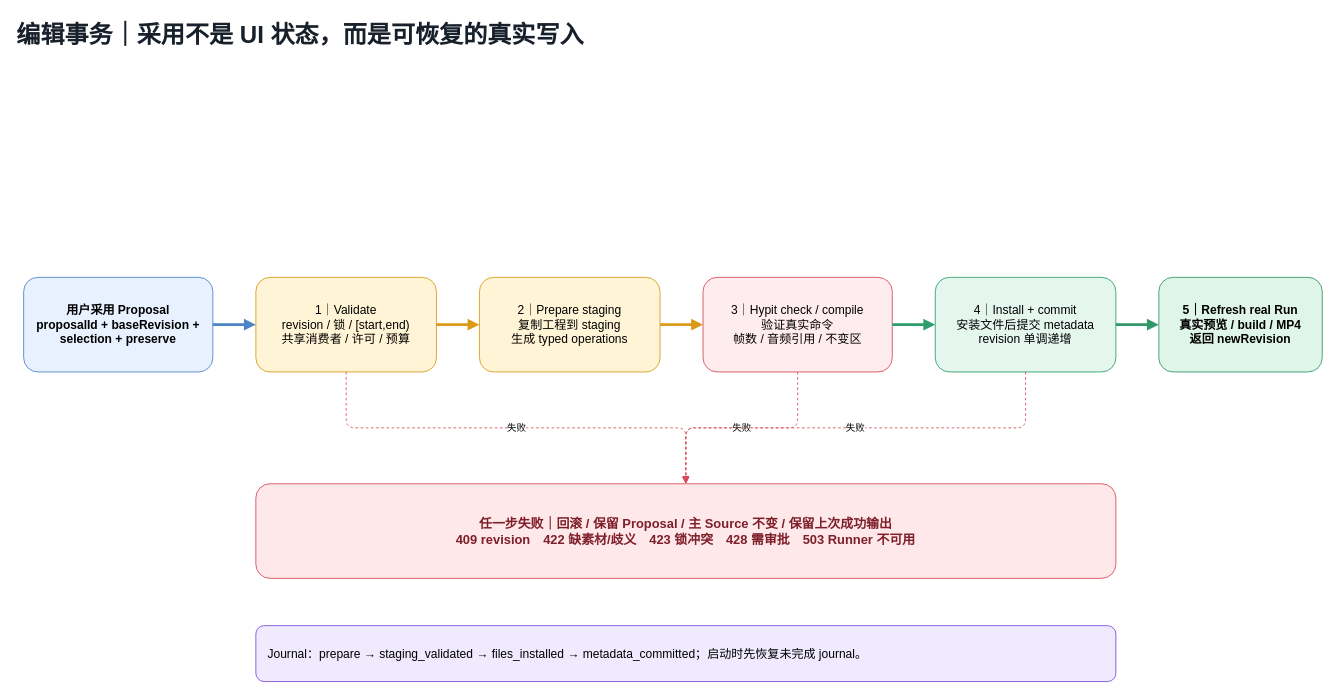
ljx418/Narralens keeps this draw.io diagram as page "04_编辑事务" (4 of 7) of docs/Narralens-V1-Development-GAP.drawio. Above is the earlier version. Source tidied: cells renumbered, new cells numbered last; positions are measured from the earlier drawing's top-left corner, leaving out a move shared by most shapes. Both pictures are drawn from the tidied source at 86%, with x=0, y=0 at pixel (15, 15).
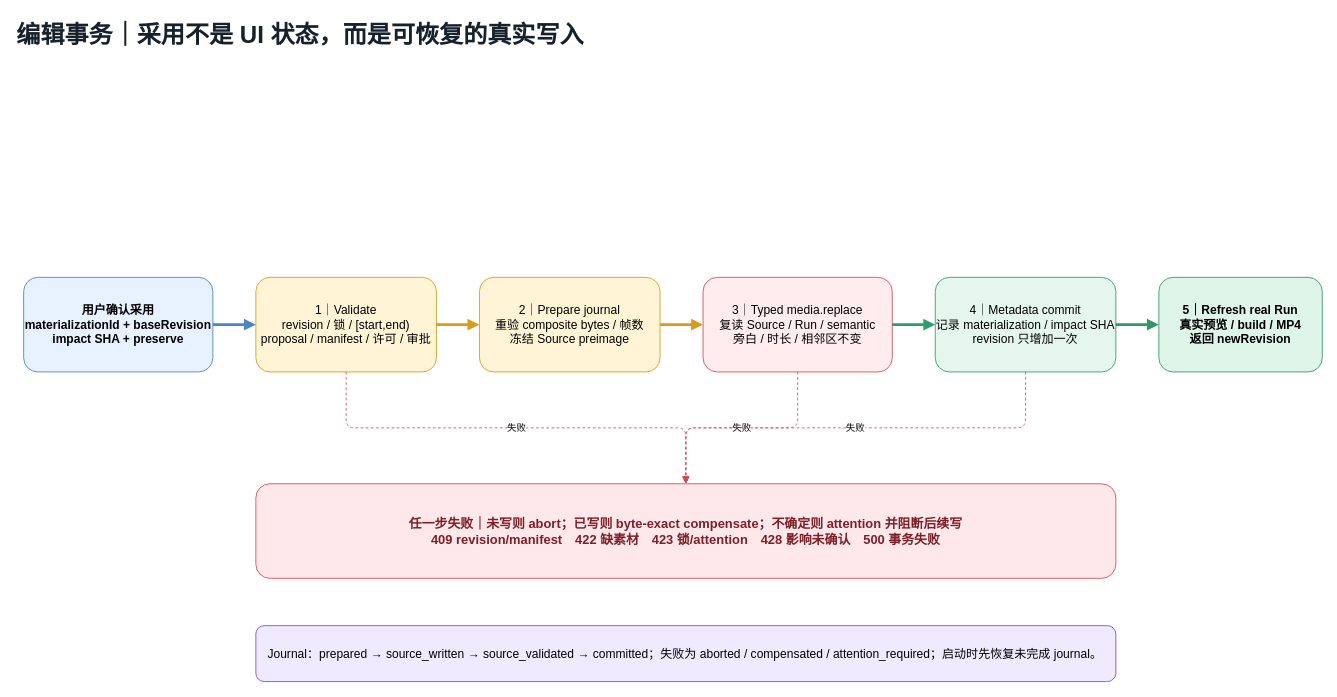
The same diagram, later.

What changed in the source:
```diff
@@
 <mxGraphModel>
   <root>
     <mxCell id="0" />
     <mxCell id="1" parent="0" />
     <mxCell id="2" value="编辑事务｜采用不是 UI 状态，而是可恢复的真实写入" style="text;html=1;fontSize=28;fontStyle=1;fontColor=#17202B;" parent="1" vertex="1">
       <mxGeometry width="1100" height="50" as="geometry" />
     </mxCell>
-    <mxCell id="3" value="用户采用 Proposal&lt;br&gt;proposalId + baseRevision + selection + preserve" style="rounded=1;whiteSpace=wrap;html=1;fillColor=#E8F1FF;strokeColor=#4C84C6;fontSize=14;fontStyle=1;" parent="1" vertex="1">
+    <mxCell id="3" value="用户确认采用&lt;br&gt;materializationId + baseRevision&lt;br&gt;impact SHA + preserve" style="rounded=1;whiteSpace=wrap;html=1;fillColor=#E8F1FF;strokeColor=#4C84C6;fontSize=14;fontStyle=1;" parent="1" vertex="1">
       <mxGeometry x="10" y="305" width="220" height="110" as="geometry" />
     </mxCell>
-    <mxCell id="4" value="1｜Validate&lt;br&gt;revision / 锁 / [start,end)&lt;br&gt;共享消费者 / 许可 / 预算" style="rounded=1;whiteSpace=wrap;html=1;fillColor=#FFF4D6;strokeColor=#D99B18;fontSize=14;" parent="1" vertex="1">
+    <mxCell id="4" value="1｜Validate&lt;br&gt;revision / 锁 / [start,end)&lt;br&gt;proposal / manifest / 许可 / 审批" style="rounded=1;whiteSpace=wrap;html=1;fillColor=#FFF4D6;strokeColor=#D99B18;fontSize=14;" parent="1" vertex="1">
       <mxGeometry x="280" y="305" width="210" height="110" as="geometry" />
     </mxCell>
-    <mxCell id="5" value="2｜Prepare staging&lt;br&gt;复制工程到 staging&lt;br&gt;生成 typed operations" style="rounded=1;whiteSpace=wrap;html=1;fillColor=#FFF4D6;strokeColor=#D99B18;fontSize=14;" parent="1" vertex="1">
+    <mxCell id="5" value="2｜Prepare journal&lt;br&gt;重验 composite bytes / 帧数&lt;br&gt;冻结 Source preimage" style="rounded=1;whiteSpace=wrap;html=1;fillColor=#FFF4D6;strokeColor=#D99B18;fontSize=14;" parent="1" vertex="1">
       <mxGeometry x="540" y="305" width="210" height="110" as="geometry" />
     </mxCell>
-    <mxCell id="6" value="3｜Hypit check / compile&lt;br&gt;验证真实命令&lt;br&gt;帧数 / 音频引用 / 不变区" style="rounded=1;whiteSpace=wrap;html=1;fillColor=#FFECEF;strokeColor=#D84A59;fontSize=14;" parent="1" vertex="1">
+    <mxCell id="6" value="3｜Typed media.replace&lt;br&gt;复读 Source / Run / semantic&lt;br&gt;旁白 / 时长 / 相邻区不变" style="rounded=1;whiteSpace=wrap;html=1;fillColor=#FFECEF;strokeColor=#D84A59;fontSize=14;" parent="1" vertex="1">
       <mxGeometry x="800" y="305" width="220" height="110" as="geometry" />
     </mxCell>
-    <mxCell id="7" value="4｜Install + commit&lt;br&gt;安装文件后提交 metadata&lt;br&gt;revision 单调递增" style="rounded=1;whiteSpace=wrap;html=1;fillColor=#E5F6EE;strokeColor=#2E9D6E;fontSize=14;" parent="1" vertex="1">
+    <mxCell id="7" value="4｜Metadata commit&lt;br&gt;记录 materialization / impact SHA&lt;br&gt;revision 只增加一次" style="rounded=1;whiteSpace=wrap;html=1;fillColor=#E5F6EE;strokeColor=#2E9D6E;fontSize=14;" parent="1" vertex="1">
       <mxGeometry x="1070" y="305" width="210" height="110" as="geometry" />
     </mxCell>
     <mxCell id="8" value="5｜Refresh real Run&lt;br&gt;真实预览 / build / MP4&lt;br&gt;返回 newRevision" style="rounded=1;whiteSpace=wrap;html=1;fillColor=#DFF5EA;strokeColor=#31966A;fontSize=14;fontStyle=1;" parent="1" vertex="1">
       <mxGeometry x="1330" y="305" width="190" height="110" as="geometry" />
     </mxCell>
     <mxCell id="9" style="edgeStyle=orthogonalEdgeStyle;html=1;strokeColor=#4C84C6;strokeWidth=3;endArrow=block;" parent="1" edge="1" source="3" target="4">
       <mxGeometry relative="1" as="geometry" />
     </mxCell>
     <mxCell id="10" style="edgeStyle=orthogonalEdgeStyle;html=1;strokeColor=#D99B18;strokeWidth=3;endArrow=block;" parent="1" edge="1" source="4" target="5">
       <mxGeometry relative="1" as="geometry" />
     </mxCell>
     <mxCell id="11" style="edgeStyle=orthogonalEdgeStyle;html=1;strokeColor=#D99B18;strokeWidth=3;endArrow=block;" parent="1" edge="1" source="5" target="6">
       <mxGeometry relative="1" as="geometry" />
     </mxCell>
     <mxCell id="12" style="edgeStyle=orthogonalEdgeStyle;html=1;strokeColor=#2E9D6E;strokeWidth=3;endArrow=block;" parent="1" edge="1" source="6" target="7">
       <mxGeometry relative="1" as="geometry" />
     </mxCell>
     <mxCell id="13" style="edgeStyle=orthogonalEdgeStyle;html=1;strokeColor=#31966A;strokeWidth=3;endArrow=block;" parent="1" edge="1" source="7" target="8">
       <mxGeometry relative="1" as="geometry" />
     </mxCell>
-    <mxCell id="14" value="任一步失败｜回滚 / 保留 Proposal / 主 Source 不变 / 保留上次成功输出&lt;br&gt;409 revision　422 缺素材/歧义　423 锁冲突　428 需审批　503 Runner 不可用" style="rounded=1;whiteSpace=wrap;html=1;fillColor=#FFE8EA;strokeColor=#D84A59;fontColor=#7D1F29;fontSize=15;fontStyle=1;" parent="1" vertex="1">
+    <mxCell id="14" value="任一步失败｜未写则 abort；已写则 byte-exact compensate；不确定则 attention 并阻断后续写&lt;br&gt;409 revision/manifest　422 缺素材　423 锁/attention　428 影响未确认　500 事务失败" style="rounded=1;whiteSpace=wrap;html=1;fillColor=#FFE8EA;strokeColor=#D84A59;fontColor=#7D1F29;fontSize=15;fontStyle=1;" parent="1" vertex="1">
       <mxGeometry x="280" y="545" width="1000" height="110" as="geometry" />
     </mxCell>
     <mxCell id="15" value="失败" style="edgeStyle=orthogonalEdgeStyle;html=1;strokeColor=#D84A59;dashed=1;endArrow=block;" parent="1" edge="1" source="4" target="14">
       <mxGeometry relative="1" as="geometry" />
     </mxCell>
     <mxCell id="16" value="失败" style="edgeStyle=orthogonalEdgeStyle;html=1;strokeColor=#D84A59;dashed=1;endArrow=block;" parent="1" edge="1" source="6" target="14">
       <mxGeometry relative="1" as="geometry" />
     </mxCell>
     <mxCell id="17" value="失败" style="edgeStyle=orthogonalEdgeStyle;html=1;strokeColor=#D84A59;dashed=1;endArrow=block;" parent="1" edge="1" source="7" target="14">
       <mxGeometry relative="1" as="geometry" />
     </mxCell>
-    <mxCell id="18" value="Journal：prepare → staging_validated → files_installed → metadata_committed；启动时先恢复未完成 journal。" style="rounded=1;whiteSpace=wrap;html=1;fillColor=#F0EAFE;strokeColor=#7B4DDD;fontSize=14;align=left;spacing=14;" parent="1" vertex="1">
+    <mxCell id="18" value="Journal：prepared → source_written → source_validated → committed；失败为 aborted / compensated / attention_required；启动时先恢复未完成 journal。" style="rounded=1;whiteSpace=wrap;html=1;fillColor=#F0EAFE;strokeColor=#7B4DDD;fontSize=14;align=left;spacing=14;" parent="1" vertex="1">
       <mxGeometry x="280" y="710" width="1000" height="65" as="geometry" />
     </mxCell>
   </root>
 </mxGraphModel>
```
